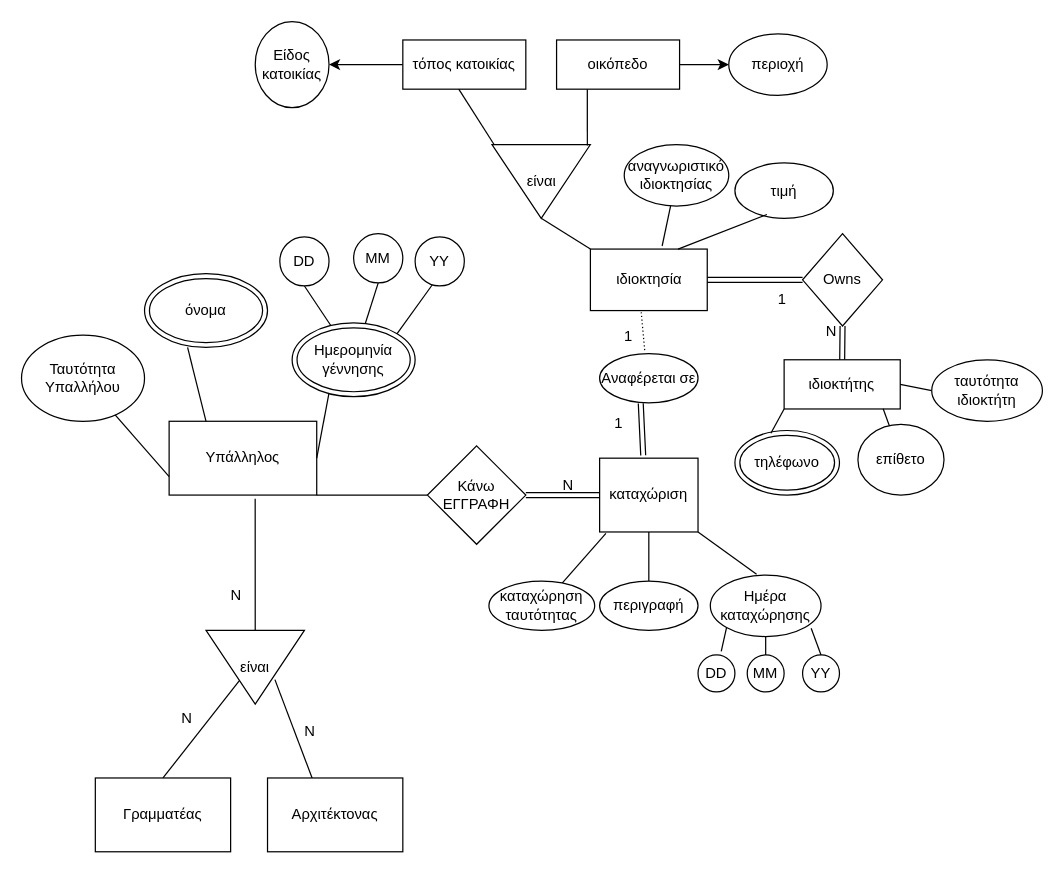
Arxonus/Programms keeps this draw.io diagram as 5001.drawio. Above is the earlier version. Source tidied: cells renumbered, new cells numbered last; positions are measured from the earlier drawing's top-left corner, leaving out a move shared by most shapes. Both pictures are drawn from the tidied source at 123%, with x=0, y=0 at pixel (21, 21).
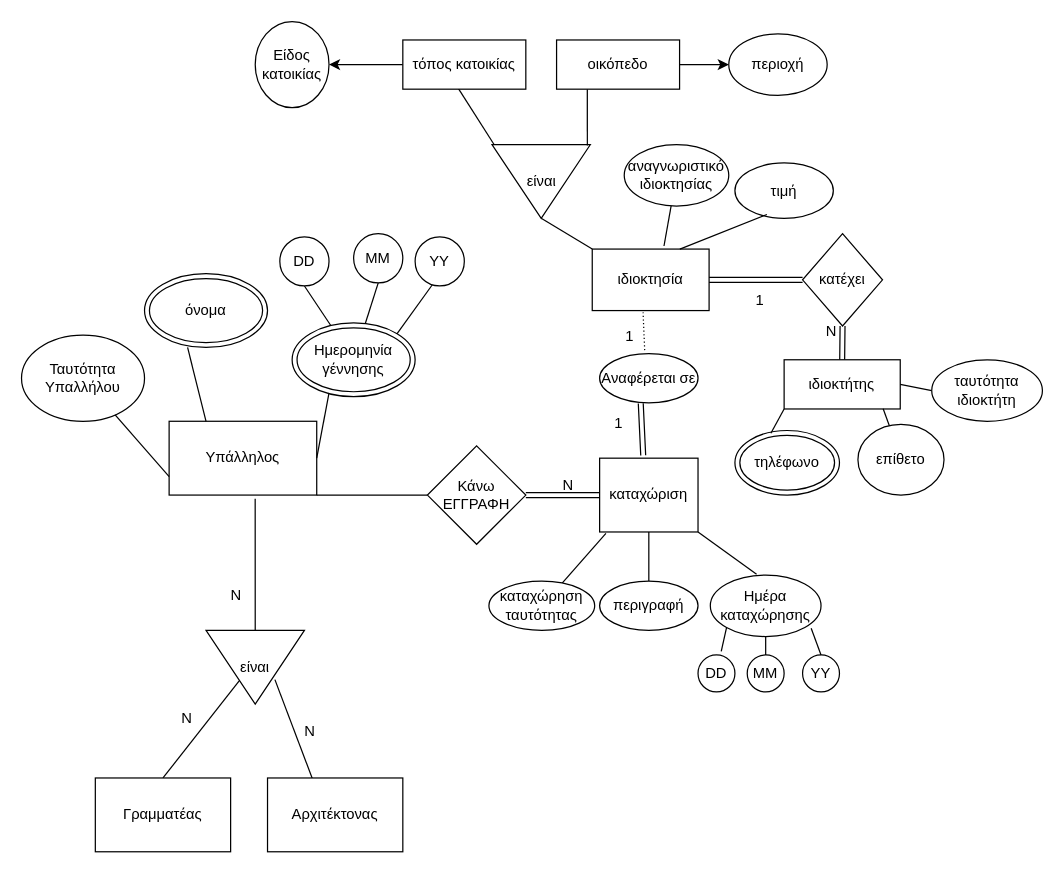
The same diagram, later.

Unchanged cells that the change refers to:
```xml
<mxCell id="51" style="shape=link;html=1;rounded=0;exitX=1;exitY=0.5;exitDx=0;exitDy=0;entryX=0;entryY=0.5;entryDx=0;entryDy=0;" parent="1" edge="1" source="44" target="53">
  <mxGeometry relative="1" as="geometry" />
</mxCell>
```

Diff of the diagram source:
```diff
@@
     <mxCell id="44" value="ιδιοκτησία" style="rounded=0;whiteSpace=wrap;html=1;" parent="1" vertex="1">
-      <mxGeometry x="462.5" y="185" width="95" height="50" as="geometry" />
+      <mxGeometry x="464" y="185" width="95" height="50" as="geometry" />
     </mxCell>
@@
     <mxCell id="52" value="1" style="html=1;whiteSpace=wrap;align=right;verticalAlign=bottom;" parent="51" vertex="1">
       <mxGeometry x="1" relative="1" as="geometry">
-        <mxPoint x="-13" y="24" as="offset" />
+        <mxPoint x="-30" y="25" as="offset" />
       </mxGeometry>
     </mxCell>
-    <mxCell id="53" value="Owns" style="rhombus;whiteSpace=wrap;html=1;" parent="1" vertex="1">
+    <mxCell id="53" value="κατέχει" style="rhombus;whiteSpace=wrap;html=1;" parent="1" vertex="1">
       <mxGeometry x="635" y="172.5" width="65" height="75" as="geometry" />
     </mxCell>
```
